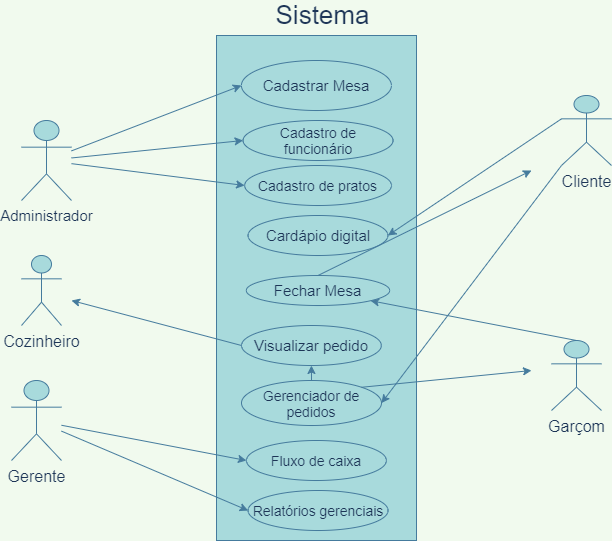
Earlier version of the draw.io export restaurante.drawio.png (hinname/project-Restaurant). Source tidied: cells renumbered, new cells last; positions are measured from the earlier drawing's top-left corner, leaving out a move shared by most shapes.
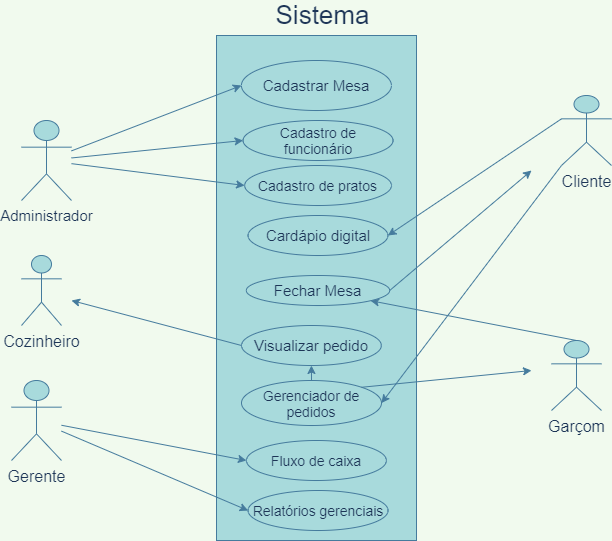
The same file after the commit.

Diff of the diagram source:
```diff
@@ -72,7 +72,7 @@
     <mxCell id="23" value="&lt;font style=&quot;font-size: 15px&quot;&gt;Fechar Mesa&lt;/font&gt;" style="ellipse;whiteSpace=wrap;html=1;fillColor=#A8DADC;strokeColor=#457B9D;fontColor=#1D3557;" parent="1" vertex="1">
       <mxGeometry x="234.8" y="275" width="143.4" height="30" as="geometry" />
     </mxCell>
-    <mxCell id="24" style="endArrow=classic;html=1;exitX=0.5;exitY=0;exitDx=0;exitDy=0;strokeColor=#457B9D;fontColor=#1D3557;labelBackgroundColor=#F1FAEE;" parent="1" edge="1" source="23">
+    <mxCell id="24" style="endArrow=classic;html=1;exitX=1;exitY=0.5;exitDx=0;exitDy=0;strokeColor=#457B9D;fontColor=#1D3557;labelBackgroundColor=#F1FAEE;" parent="1" edge="1" source="23">
       <mxGeometry relative="1" as="geometry">
         <mxPoint x="520" y="170" as="targetPoint" />
       </mxGeometry>
```
